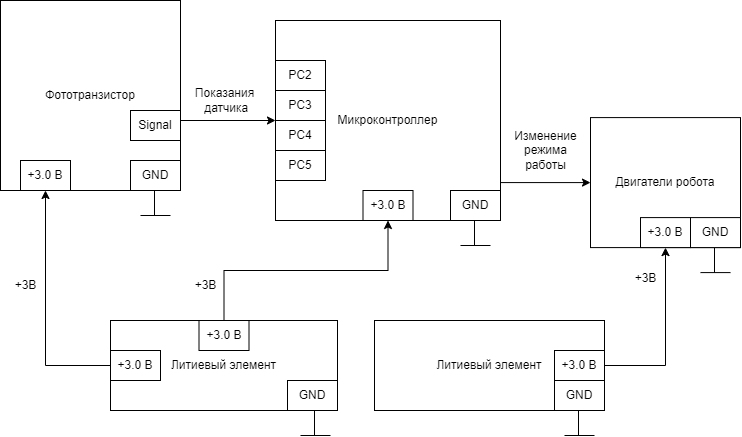
This is Cхемыч.png from IlyaFedoseev227/LABS-PNRPU-IVT-22-1b, a draw.io export, as it was before one commit. Source tidied: cells renumbered, new cells last; positions are measured from the earlier drawing's top-left corner, leaving out a move shared by most shapes.
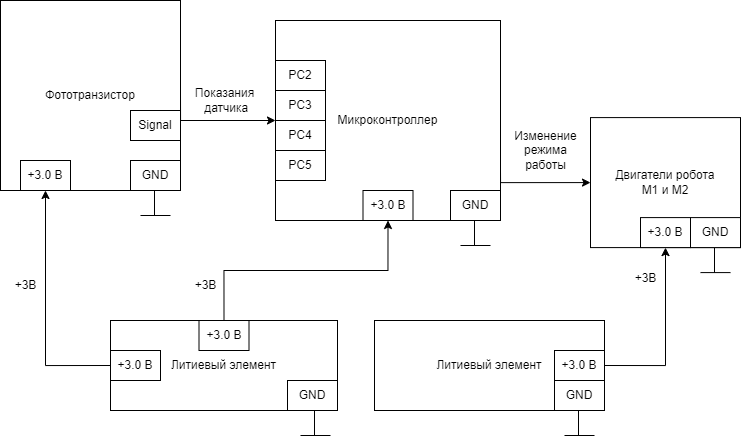
Later version of the same file.

What changed in the source:
```diff
@@ -31,7 +31,7 @@
     <mxCell id="8" value="Фототранзистор" style="rounded=0;whiteSpace=wrap;html=1;" parent="1" vertex="1">
       <mxGeometry width="180" height="190" as="geometry" />
     </mxCell>
-    <mxCell id="9" value="Двигатели робота" style="rounded=0;whiteSpace=wrap;html=1;" parent="1" vertex="1">
+    <mxCell id="9" value="Двигатели робота&lt;br&gt;M1 и M2" style="rounded=0;whiteSpace=wrap;html=1;" parent="1" vertex="1">
       <mxGeometry x="590" y="117.1" width="150" height="130" as="geometry" />
     </mxCell>
     <mxCell id="10" style="edgeStyle=orthogonalEdgeStyle;rounded=0;jettySize=auto;html=1;exitX=1;exitY=0.5;exitDx=0;exitDy=0;entryX=0.5;entryY=1;entryDx=0;entryDy=0;" parent="1" edge="1" source="11" target="9">
```
